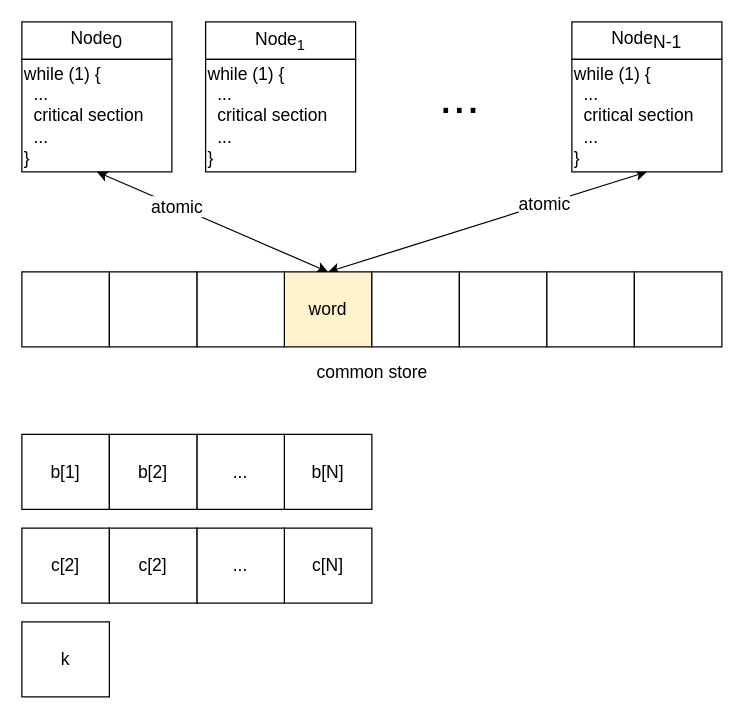
Before: static/image/Solution-of-a-Problem-in-Concurrent-Programming-Control/plot.drawio in changliu0828/changliu0828.github.io, a draw.io diagram. Source tidied: cells renumbered, new cells numbered last; positions are measured from the earlier drawing's top-left corner, leaving out a move shared by most shapes. Both pictures are drawn from the tidied source at 125%, with x=0, y=0 at pixel (21, 21).
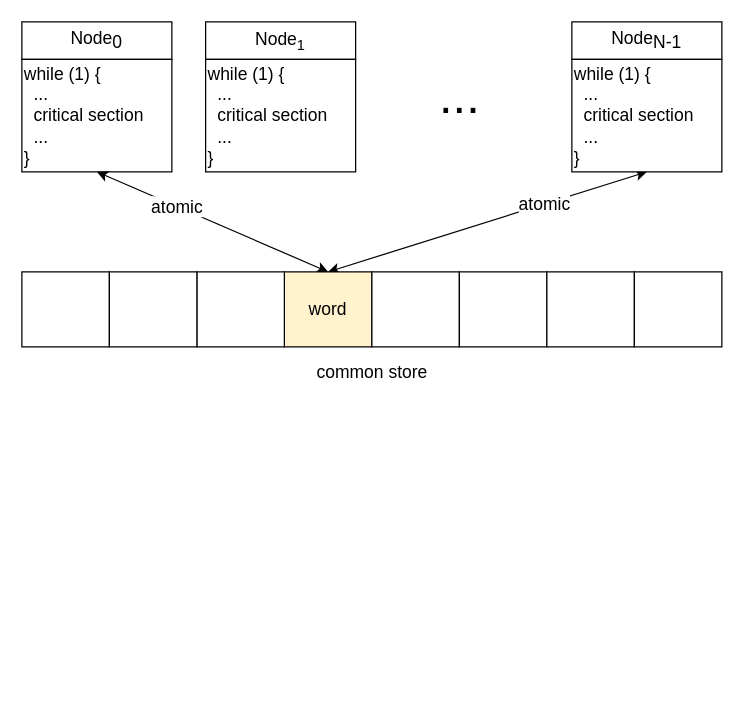
After the change.

Change to the diagram source:
```diff
@@
-    <mxCell id="26" value="b[N]" style="rounded=0;whiteSpace=wrap;html=1;fontSize=14;" parent="1" vertex="1">
-      <mxGeometry x="210" y="330" width="70" height="60" as="geometry" />
-    </mxCell>
-    <mxCell id="27" value="..." style="rounded=0;whiteSpace=wrap;html=1;fontSize=14;" parent="1" vertex="1">
-      <mxGeometry x="140" y="330" width="70" height="60" as="geometry" />
-    </mxCell>
-    <mxCell id="28" value="b[1]" style="rounded=0;whiteSpace=wrap;html=1;fontSize=14;" parent="1" vertex="1">
-      <mxGeometry y="330" width="70" height="60" as="geometry" />
-    </mxCell>
-    <mxCell id="29" value="b[2]" style="rounded=0;whiteSpace=wrap;html=1;fontSize=14;" parent="1" vertex="1">
-      <mxGeometry x="70" y="330" width="70" height="60" as="geometry" />
-    </mxCell>
-    <mxCell id="30" value="c[N]" style="rounded=0;whiteSpace=wrap;html=1;fontSize=14;" parent="1" vertex="1">
-      <mxGeometry x="210" y="405" width="70" height="60" as="geometry" />
-    </mxCell>
-    <mxCell id="31" value="..." style="rounded=0;whiteSpace=wrap;html=1;fontSize=14;" parent="1" vertex="1">
-      <mxGeometry x="140" y="405" width="70" height="60" as="geometry" />
-    </mxCell>
-    <mxCell id="32" value="c[2]" style="rounded=0;whiteSpace=wrap;html=1;fontSize=14;" parent="1" vertex="1">
-      <mxGeometry y="405" width="70" height="60" as="geometry" />
-    </mxCell>
-    <mxCell id="33" value="c[2]" style="rounded=0;whiteSpace=wrap;html=1;fontSize=14;" parent="1" vertex="1">
-      <mxGeometry x="70" y="405" width="70" height="60" as="geometry" />
-    </mxCell>
-    <mxCell id="34" value="k" style="rounded=0;whiteSpace=wrap;html=1;fontSize=14;" parent="1" vertex="1">
-      <mxGeometry y="480" width="70" height="60" as="geometry" />
-    </mxCell>
```
